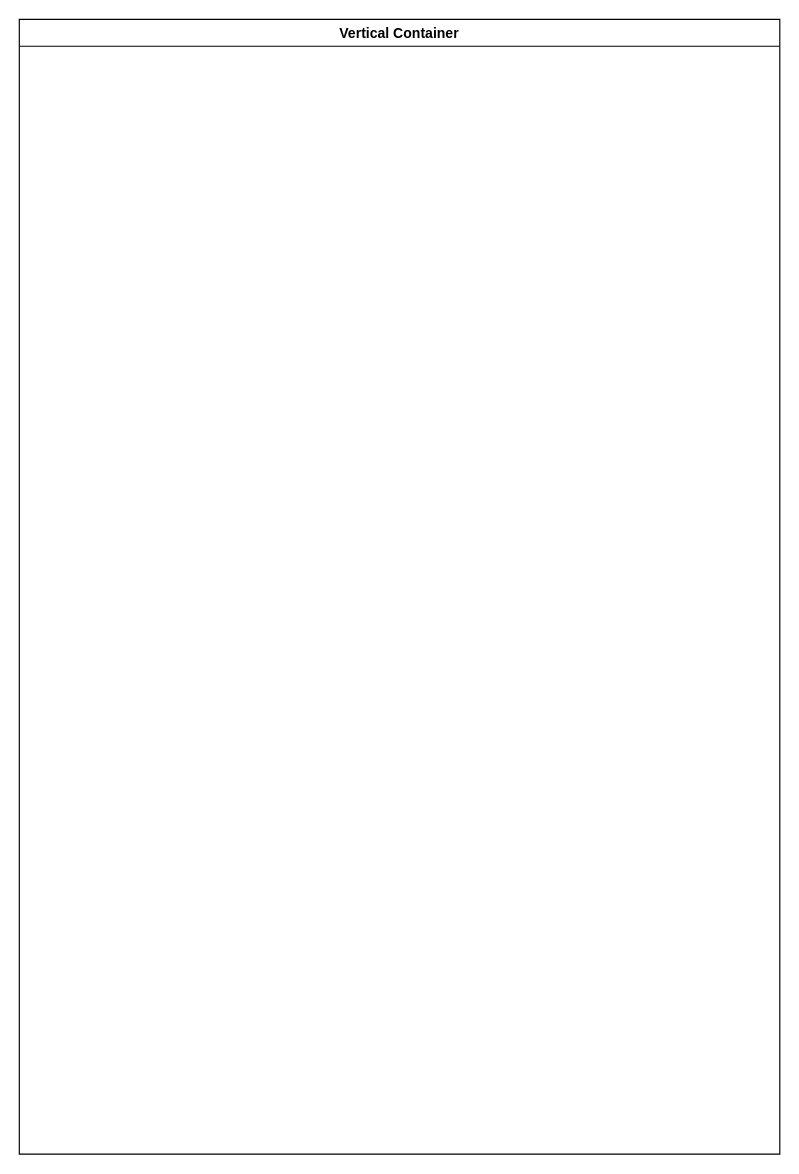
This is page "第 2 页" (2 of 2) of docs/UserCase.drawio from PlanckerLabs/CSBS, a draw.io file, before an edit. Source tidied: cells renumbered, new cells numbered last; positions are measured from the earlier drawing's top-left corner, leaving out a move shared by most shapes. Both pictures are drawn from the tidied source at 117%, with x=0, y=0 at pixel (19, 19).
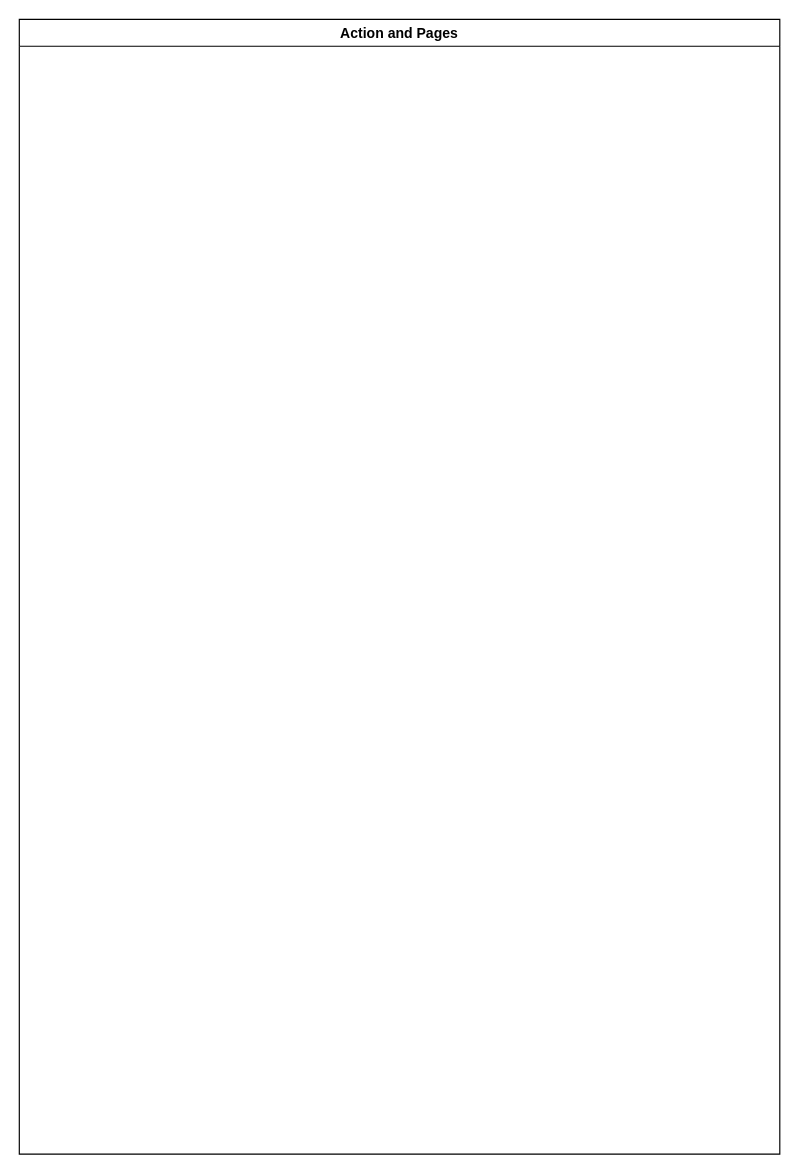
After the change.

The edit, as a diff of the source:
```diff
@@
 <mxGraphModel>
   <root>
     <mxCell id="0" />
     <mxCell id="1" parent="0" />
-    <mxCell id="2" value="Vertical Container" style="swimlane;" parent="1" vertex="1">
+    <mxCell id="2" value="Action and Pages" style="swimlane;" parent="1" vertex="1">
       <mxGeometry width="650" height="970" as="geometry" />
     </mxCell>
   </root>
 </mxGraphModel>
```
